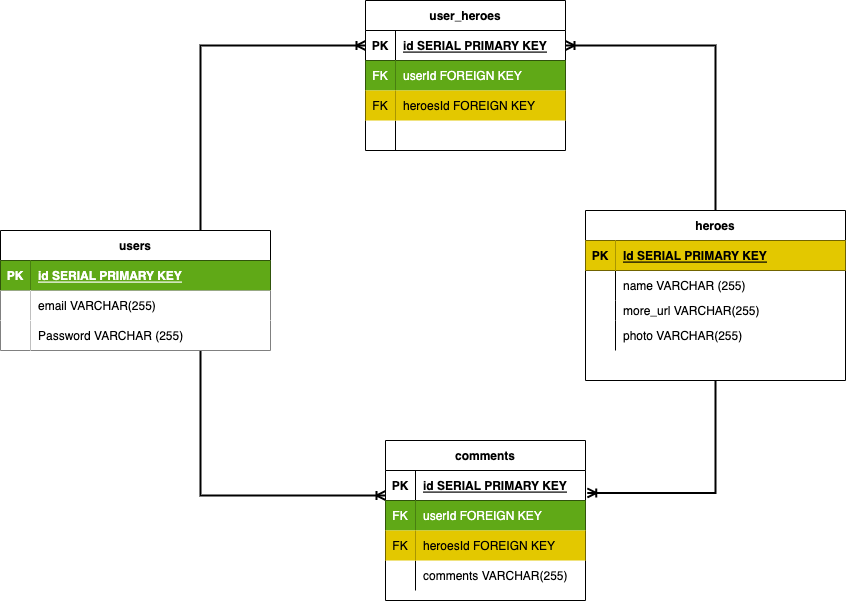
Above: Diagram.drawio.png in tristonpalacios/Virtual-Marvel-Encyclopedia (draw.io), before the change. Source tidied: cells renumbered, new cells last; positions are measured from the earlier drawing's top-left corner, leaving out a move shared by most shapes.
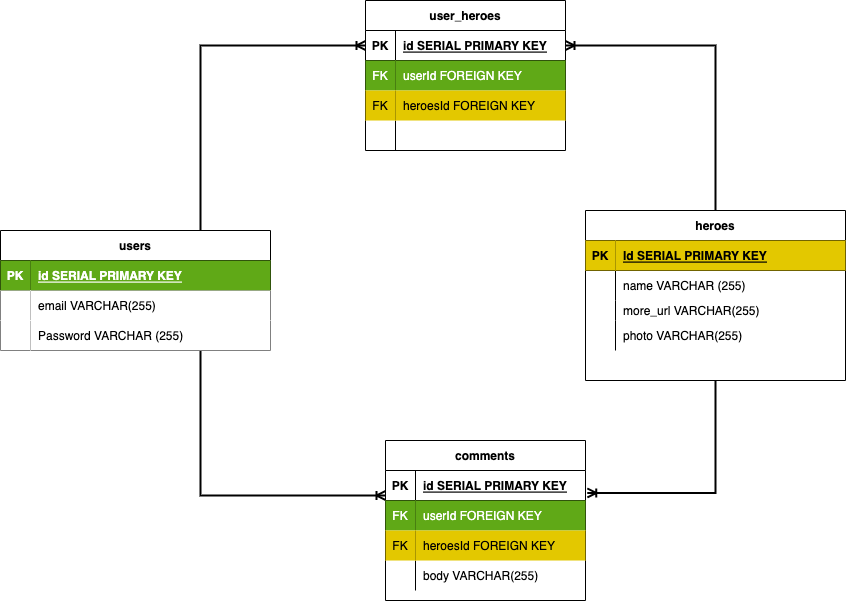
After the commit.

Diff of the diagram source:
```diff
@@ -133,7 +133,7 @@
     <mxCell id="40" style="shape=partialRectangle;fillColor=none;top=0;left=0;bottom=0;right=0;overflow=hidden;" parent="39" vertex="1">
       <mxGeometry width="30" height="30" as="geometry" />
     </mxCell>
-    <mxCell id="41" value="comments VARCHAR(255)" style="shape=partialRectangle;fillColor=none;top=0;left=0;bottom=0;right=0;align=left;spacingLeft=6;overflow=hidden;" parent="39" vertex="1">
+    <mxCell id="41" value="body VARCHAR(255)" style="shape=partialRectangle;fillColor=none;top=0;left=0;bottom=0;right=0;align=left;spacingLeft=6;overflow=hidden;" parent="39" vertex="1">
       <mxGeometry x="30" width="170" height="30" as="geometry" />
     </mxCell>
     <mxCell id="42" value="user_heroes" style="shape=table;startSize=30;rowLines=0;fontStyle=1;align=center;fillColor=#FFFFFF;" parent="1" vertex="1">
```
